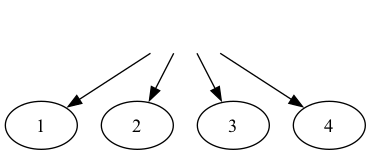
gg9192/TOC_project keeps this Graphviz diagram as images/nfa_1.gv.png. Above is the earlier version. Its source is kept beside it as images/nfa_1.gv. Source of this version:
```dot
digraph nfa {
	Start [label="" shape=none]
	Start -> 1
	Start -> 2
	Start -> 3
	Start -> 4
	1
	2
	3
	4
}
```
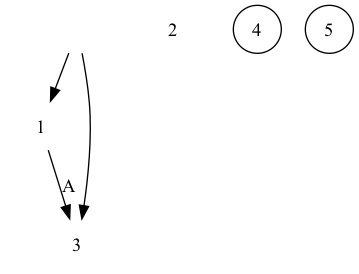
Later version of the same file.

The edit, as a diff of the source:
```diff
@@ -1,11 +1,11 @@
 digraph nfa {
 	Start [label="" shape=none]
+	1 [label=1 shape=plaintext]
+	2 [label=2 shape=plaintext]
+	3 [label=3 shape=plaintext]
+	4 [label=4 shape=circle]
+	5 [label=5 shape=circle]
 	Start -> 1
-	Start -> 2
 	Start -> 3
-	Start -> 4
-	1
-	2
-	3
-	4
+	1 -> 3 [label=A]
 }
```
